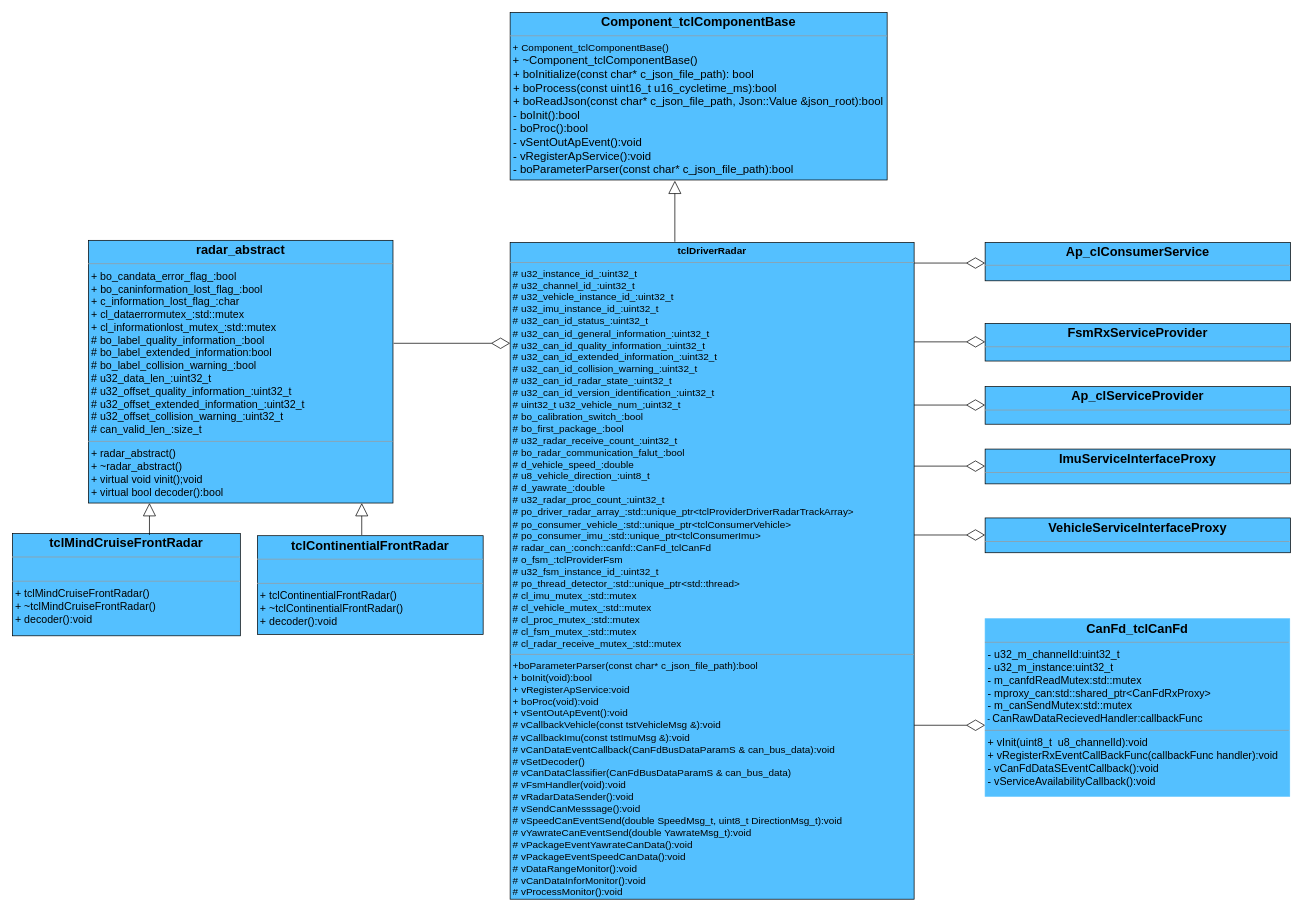
Before: imu_静态图.drawio in CodePorterW/DrawIo, a draw.io diagram. Source tidied: cells renumbered, new cells numbered last; positions are measured from the earlier drawing's top-left corner, leaving out a move shared by most shapes. Both pictures are drawn from the tidied source at 71%, with x=0, y=0 at pixel (12, 12).
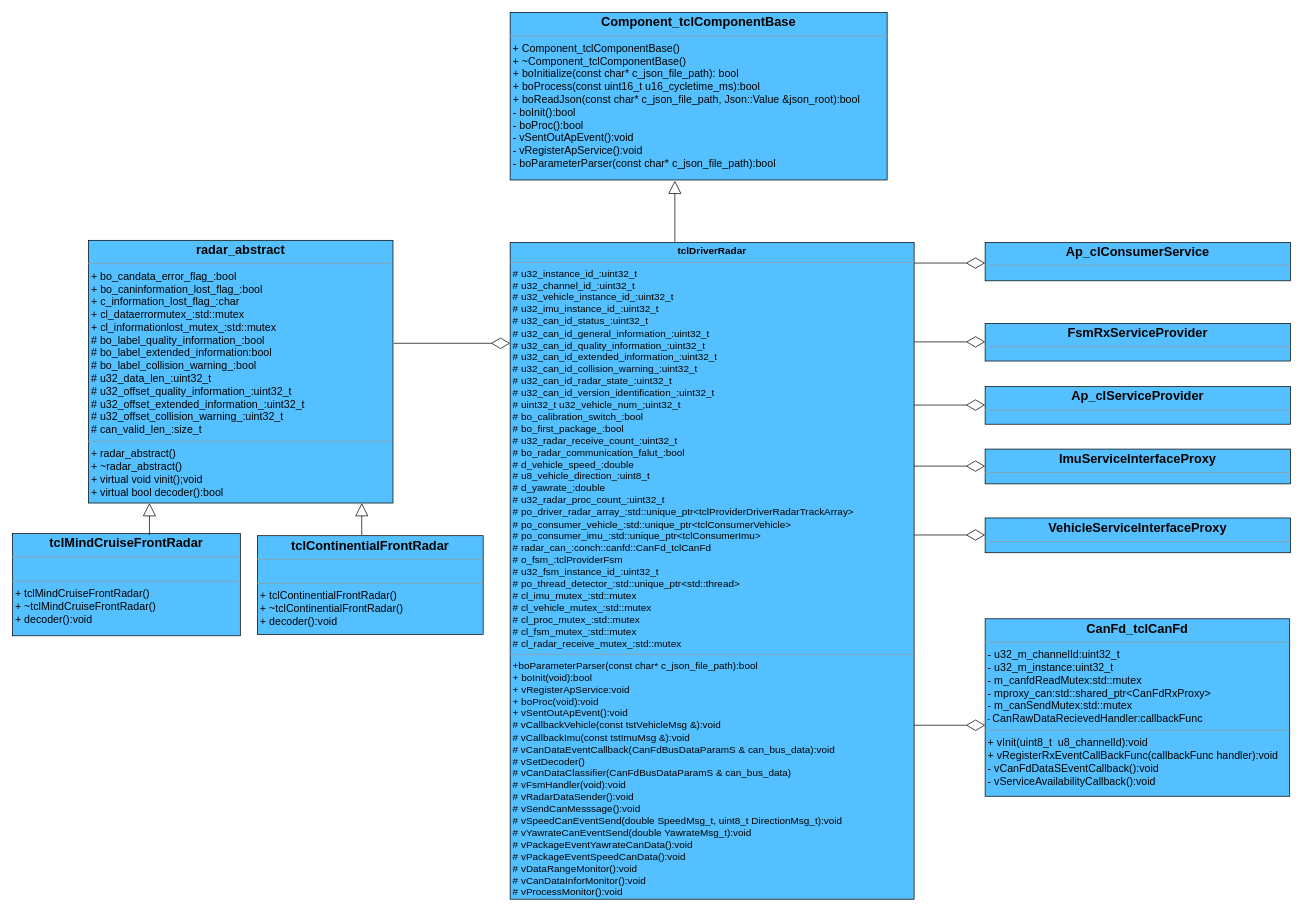
Above is the later version.

Commit message:
更新imu_静态图.drawio

Diff of the diagram source:
```diff
@@
-    <mxCell id="3" value="&lt;p style=&quot;margin: 4px 0px 0px ; text-align: center&quot;&gt;&lt;font style=&quot;font-size: 18px&quot;&gt;&lt;b&gt;CanFd_tclCanFd&lt;/b&gt;&lt;br&gt;&lt;/font&gt;&lt;/p&gt;&lt;hr size=&quot;1&quot; style=&quot;font-size: 15px&quot;&gt;&lt;p style=&quot;margin: 0px 0px 0px 4px ; font-size: 15px&quot;&gt;&lt;span&gt;- u32_m_channelId:uint32_t&lt;/span&gt;&lt;br&gt;&lt;/p&gt;&lt;p style=&quot;margin: 0px 0px 0px 4px ; font-size: 15px&quot;&gt;-&amp;nbsp;u32_m_instance:uint32_t&lt;/p&gt;&lt;p style=&quot;margin: 0px 0px 0px 4px ; font-size: 15px&quot;&gt;-&amp;nbsp;m_canfdReadMutex:std::mutex&lt;/p&gt;&lt;p style=&quot;margin: 0px 0px 0px 4px ; font-size: 15px&quot;&gt;-&amp;nbsp;mproxy_can:std::shared_ptr&amp;lt;CanFdRxProxy&amp;gt;&lt;/p&gt;&lt;p style=&quot;margin: 0px 0px 0px 4px ; font-size: 15px&quot;&gt;-&amp;nbsp;m_canSendMutex:std::mutex&lt;/p&gt;&amp;nbsp;-&amp;nbsp;&lt;font style=&quot;font-size: 15px&quot;&gt;CanRawDataRecievedHandler:callbackFunc&lt;/font&gt;&lt;br&gt;&lt;hr size=&quot;1&quot; style=&quot;font-size: 15px&quot;&gt;&lt;p style=&quot;margin: 0px 0px 0px 4px ; font-size: 15px&quot;&gt;+&amp;nbsp;vInit(uint8_t&amp;nbsp; u8_channelId):void&lt;/p&gt;&lt;p style=&quot;margin: 0px 0px 0px 4px ; font-size: 15px&quot;&gt;+&amp;nbsp;vRegisterRxEventCallBackFunc(callbackFunc handler):void&lt;/p&gt;&lt;p style=&quot;margin: 0px 0px 0px 4px ; font-size: 15px&quot;&gt;-&amp;nbsp;vCanFdDataSEventCallback():void&lt;/p&gt;&lt;p style=&quot;margin: 0px 0px 0px 4px ; font-size: 15px&quot;&gt;-&amp;nbsp;vServiceAvailabilityCallback():void&lt;/p&gt;&lt;p style=&quot;margin: 0px 0px 0px 4px ; font-size: 15px&quot;&gt;&lt;font style=&quot;font-size: 15px&quot;&gt;&lt;br&gt;&lt;/font&gt;&lt;/p&gt;&lt;p style=&quot;margin: 0px 0px 0px 4px ; font-size: 15px&quot;&gt;&lt;br&gt;&lt;/p&gt;" style="verticalAlign=top;align=left;overflow=fill;fontSize=12;fontFamily=Helvetica;html=1;fillColor=#54C0FF;strokeColor=#54C0FF;" parent="1" vertex="1">
+    <mxCell id="3" value="&lt;p style=&quot;margin: 4px 0px 0px ; text-align: center&quot;&gt;&lt;font style=&quot;font-size: 18px&quot;&gt;&lt;b&gt;CanFd_tclCanFd&lt;/b&gt;&lt;br&gt;&lt;/font&gt;&lt;/p&gt;&lt;hr size=&quot;1&quot; style=&quot;font-size: 15px&quot;&gt;&lt;p style=&quot;margin: 0px 0px 0px 4px ; font-size: 15px&quot;&gt;&lt;span&gt;- u32_m_channelId:uint32_t&lt;/span&gt;&lt;br&gt;&lt;/p&gt;&lt;p style=&quot;margin: 0px 0px 0px 4px ; font-size: 15px&quot;&gt;-&amp;nbsp;u32_m_instance:uint32_t&lt;/p&gt;&lt;p style=&quot;margin: 0px 0px 0px 4px ; font-size: 15px&quot;&gt;-&amp;nbsp;m_canfdReadMutex:std::mutex&lt;/p&gt;&lt;p style=&quot;margin: 0px 0px 0px 4px ; font-size: 15px&quot;&gt;-&amp;nbsp;mproxy_can:std::shared_ptr&amp;lt;CanFdRxProxy&amp;gt;&lt;/p&gt;&lt;p style=&quot;margin: 0px 0px 0px 4px ; font-size: 15px&quot;&gt;-&amp;nbsp;m_canSendMutex:std::mutex&lt;/p&gt;&amp;nbsp;-&amp;nbsp;&lt;font style=&quot;font-size: 15px&quot;&gt;CanRawDataRecievedHandler:callbackFunc&lt;/font&gt;&lt;br&gt;&lt;hr size=&quot;1&quot; style=&quot;font-size: 15px&quot;&gt;&lt;p style=&quot;margin: 0px 0px 0px 4px ; font-size: 15px&quot;&gt;+&amp;nbsp;vInit(uint8_t&amp;nbsp; u8_channelId):void&lt;/p&gt;&lt;p style=&quot;margin: 0px 0px 0px 4px ; font-size: 15px&quot;&gt;+&amp;nbsp;vRegisterRxEventCallBackFunc(callbackFunc handler):void&lt;/p&gt;&lt;p style=&quot;margin: 0px 0px 0px 4px ; font-size: 15px&quot;&gt;-&amp;nbsp;vCanFdDataSEventCallback():void&lt;/p&gt;&lt;p style=&quot;margin: 0px 0px 0px 4px ; font-size: 15px&quot;&gt;-&amp;nbsp;vServiceAvailabilityCallback():void&lt;/p&gt;&lt;p style=&quot;margin: 0px 0px 0px 4px ; font-size: 15px&quot;&gt;&lt;font style=&quot;font-size: 15px&quot;&gt;&lt;br&gt;&lt;/font&gt;&lt;/p&gt;&lt;p style=&quot;margin: 0px 0px 0px 4px ; font-size: 15px&quot;&gt;&lt;br&gt;&lt;/p&gt;" style="verticalAlign=top;align=left;overflow=fill;fontSize=12;fontFamily=Helvetica;html=1;fillColor=#54C0FF;strokeColor=default;" parent="1" vertex="1">
       <mxGeometry x="1370" y="854" width="429" height="250" as="geometry" />
     </mxCell>
-    <mxCell id="4" value="&lt;p style=&quot;margin: 4px 0px 0px ; text-align: center&quot;&gt;&lt;font&gt;&lt;b&gt;&lt;font style=&quot;font-size: 18px&quot;&gt;Component_tclComponentBase&lt;/font&gt;&lt;/b&gt;&lt;br&gt;&lt;/font&gt;&lt;/p&gt;&lt;hr size=&quot;1&quot; style=&quot;font-size: 15px&quot;&gt;&lt;p style=&quot;margin: 0px 0px 0px 4px&quot;&gt;&lt;font style=&quot;font-size: 14px&quot;&gt;+ Component_tclComponentBase()&lt;/font&gt;&lt;/p&gt;&lt;p style=&quot;margin: 0px 0px 0px 4px&quot;&gt;&lt;font size=&quot;3&quot;&gt;+ ~Component_tclComponentBase()&lt;/font&gt;&lt;/p&gt;&lt;font size=&quot;3&quot;&gt;&lt;font&gt;&amp;nbsp;+ boInitialize(const char* c_json_file_path):&amp;nbsp;bool&lt;br&gt;&amp;nbsp;+ boProcess(const uint16_t u16_cycletime_ms):bool&lt;br&gt;&amp;nbsp;+&amp;nbsp;boReadJson(const char* c_json_file_path, Json::Value &amp;amp;json_root):bool&lt;br&gt;&lt;/font&gt;&lt;font&gt;&amp;nbsp;- boInit():bool&lt;br&gt;&amp;nbsp;- boProc():bool&lt;br&gt;&amp;nbsp;- vSentOutApEvent():void&lt;br&gt;&amp;nbsp;- vRegisterApService():void&lt;br&gt;&amp;nbsp;- boParameterParser(const char* c_json_file_path):bool&lt;br&gt;&lt;/font&gt;&lt;/font&gt;&lt;br&gt;&lt;p style=&quot;margin: 0px 0px 0px 4px ; font-size: 15px&quot;&gt;&lt;br&gt;&lt;/p&gt;" style="verticalAlign=top;align=left;overflow=fill;fontSize=12;fontFamily=Helvetica;html=1;fillColor=#54C0FF;" parent="1" vertex="1">
+    <mxCell id="4" value="&lt;p style=&quot;margin: 4px 0px 0px ; text-align: center&quot;&gt;&lt;font&gt;&lt;b&gt;&lt;font style=&quot;font-size: 18px&quot;&gt;Component_tclComponentBase&lt;/font&gt;&lt;/b&gt;&lt;br&gt;&lt;/font&gt;&lt;/p&gt;&lt;hr size=&quot;1&quot; style=&quot;font-size: 15px&quot;&gt;&lt;p style=&quot;margin: 0px 0px 0px 4px; font-size: 15px;&quot;&gt;&lt;font style=&quot;font-size: 15px;&quot;&gt;+ Component_tclComponentBase()&lt;/font&gt;&lt;/p&gt;&lt;p style=&quot;margin: 0px 0px 0px 4px; font-size: 15px;&quot;&gt;&lt;font style=&quot;font-size: 15px;&quot;&gt;+ ~Component_tclComponentBase()&lt;/font&gt;&lt;/p&gt;&lt;font style=&quot;font-size: 15px;&quot;&gt;&amp;nbsp;+ boInitialize(const char* c_json_file_path):&amp;nbsp;bool&lt;br&gt;&amp;nbsp;+ boProcess(const uint16_t u16_cycletime_ms):bool&lt;br&gt;&amp;nbsp;+&amp;nbsp;boReadJson(const char* c_json_file_path, Json::Value &amp;amp;json_root):bool&lt;br&gt;&lt;/font&gt;&lt;font style=&quot;font-size: 15px;&quot;&gt;&lt;font style=&quot;font-size: 15px;&quot;&gt;&amp;nbsp;- boInit():bool&lt;br&gt;&amp;nbsp;- boProc():bool&lt;br&gt;&amp;nbsp;- vSentOutApEvent():void&lt;br&gt;&amp;nbsp;- vRegisterApService():void&lt;br&gt;&amp;nbsp;- boParameterParser(const char* c_json_file_path):bool&lt;/font&gt;&lt;br&gt;&lt;/font&gt;&lt;br&gt;&lt;p style=&quot;margin: 0px 0px 0px 4px ; font-size: 15px&quot;&gt;&lt;br&gt;&lt;/p&gt;" style="verticalAlign=top;align=left;overflow=fill;fontSize=12;fontFamily=Helvetica;html=1;fillColor=#54C0FF;" parent="1" vertex="1">
       <mxGeometry x="701" width="531" height="236" as="geometry" />
     </mxCell>
```
